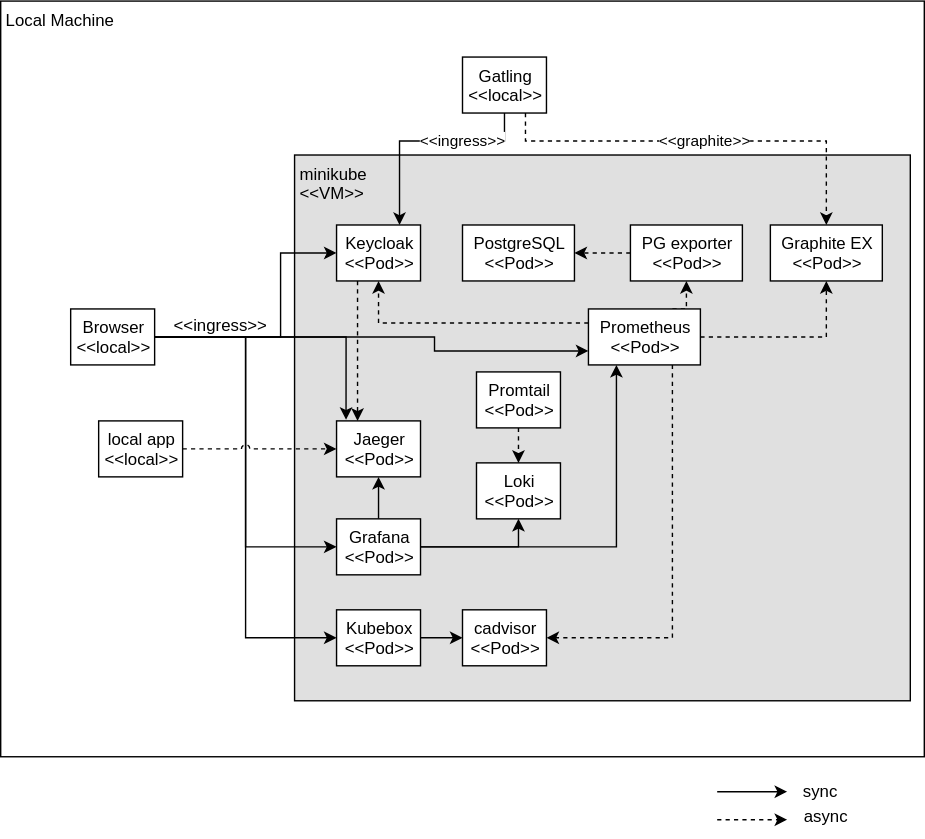
The draw.io diagram provision/minikube/minikube-runtime-view.dio.svg in keycloak/keycloak-benchmark, before a commit. Source tidied: cells renumbered, new cells last; positions are measured from the earlier drawing's top-left corner, leaving out a move shared by most shapes.
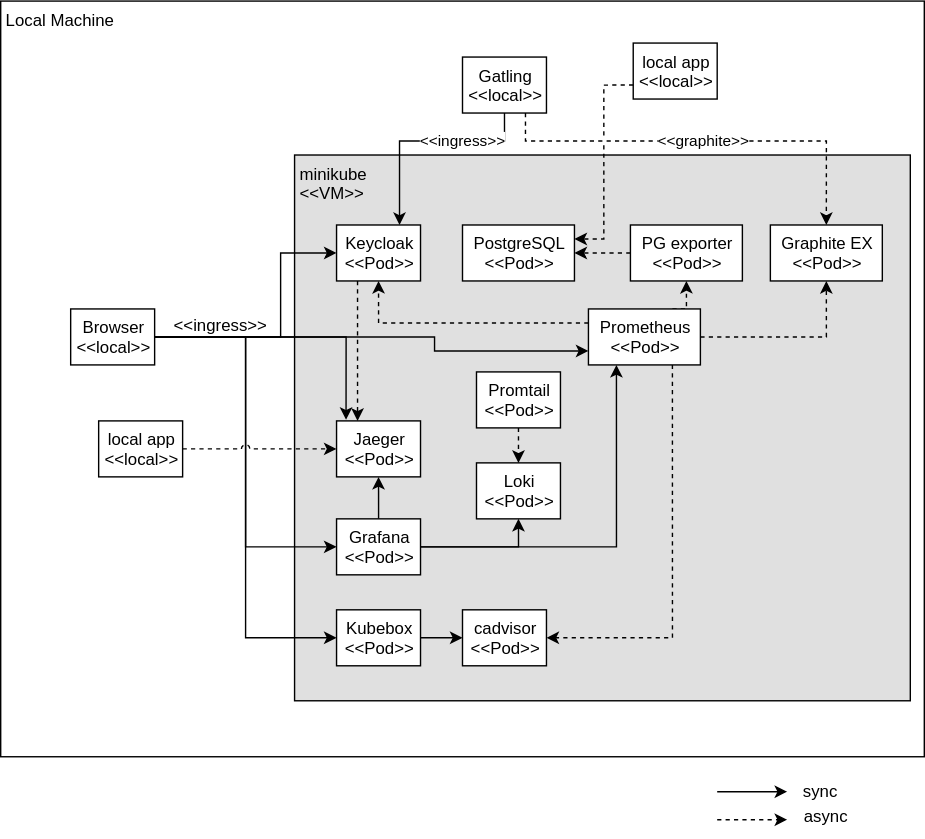
Later version of the same file.

Diff of the diagram source:
```diff
@@ -134,7 +134,7 @@
     <mxCell id="38" value="Graphite EX &amp;lt;&amp;lt;Pod&amp;gt;&amp;gt;" style="rounded=0;whiteSpace=wrap;html=1;align=center;verticalAlign=top;spacing=2;spacingLeft=2;" parent="1" vertex="1">
       <mxGeometry x="550" y="160" width="80" height="40" as="geometry" />
     </mxCell>
-    <mxCell id="39" value="&amp;lt;&amp;lt;graphite&amp;gt;&amp;gt;" style="edgeStyle=orthogonalEdgeStyle;rounded=0;jettySize=auto;html=1;entryX=0.5;entryY=0;entryDx=0;entryDy=0;exitX=0.75;exitY=1;exitDx=0;exitDy=0;dashed=1;" parent="1" edge="1" source="37" target="38">
+    <mxCell id="39" value="&amp;lt;&amp;lt;graphite&amp;gt;&amp;gt;" style="edgeStyle=orthogonalEdgeStyle;rounded=0;jettySize=auto;html=1;entryX=0.5;entryY=0;entryDx=0;entryDy=0;exitX=0.75;exitY=1;exitDx=0;exitDy=0;dashed=1;jumpStyle=none;" parent="1" edge="1" source="37" target="38">
       <mxGeometry relative="1" as="geometry">
         <Array as="points">
           <mxPoint x="375" y="100" />
@@ -153,5 +153,11 @@
     <mxCell id="42" value="local app&lt;br&gt;&amp;lt;&amp;lt;local&amp;gt;&amp;gt;" style="rounded=0;whiteSpace=wrap;html=1;align=center;verticalAlign=top;spacing=2;spacingLeft=2;" parent="1" vertex="1">
       <mxGeometry x="70" y="300" width="60" height="40" as="geometry" />
     </mxCell>
+    <mxCell id="43" value="local app&lt;br&gt;&amp;lt;&amp;lt;local&amp;gt;&amp;gt;" style="rounded=0;whiteSpace=wrap;html=1;align=center;verticalAlign=top;spacing=2;spacingLeft=2;" parent="1" vertex="1">
+      <mxGeometry x="452" y="30" width="60" height="40" as="geometry" />
+    </mxCell>
+    <mxCell id="44" style="edgeStyle=orthogonalEdgeStyle;rounded=0;jettySize=auto;html=1;entryX=1;entryY=0.25;entryDx=0;entryDy=0;sketch=0;jumpStyle=gap;dashed=1;exitX=0;exitY=0.75;exitDx=0;exitDy=0;" parent="1" edge="1" source="43" target="16">
+      <mxGeometry relative="1" as="geometry" />
+    </mxCell>
   </root>
 </mxGraphModel>
```
